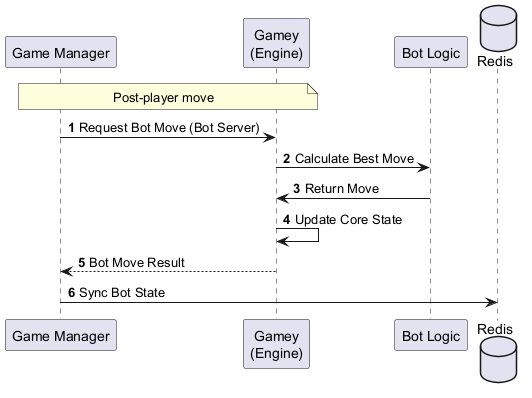
Before: images/runtime_bot_move.png, a diagram exported from PlantUML (Arquisoft/yovi_en2a).
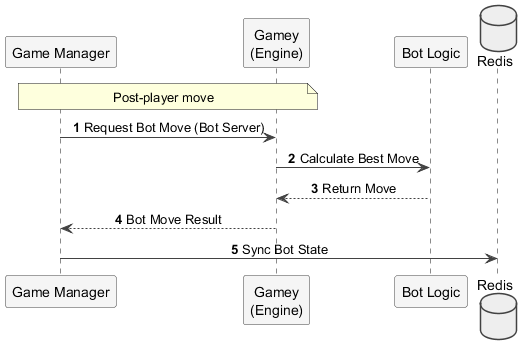
The same file after the commit.

What changed in the source:
```diff
@@ -1,6 +1,13 @@
 @startuml
 autonumber
 skinparam shadowing false
+skinparam sequenceMessageAlign center
+skinparam ParticipantBackgroundColor #F5F5F5
+skinparam ParticipantBorderColor #424242
+skinparam DatabaseBackgroundColor #EEEEEE
+skinparam DatabaseBorderColor #424242
+skinparam SequenceArrowColor #424242
+skinparam ActorBorderColor #424242
 
 participant "Game Manager" as GM
 participant "Gamey\n(Engine)" as Engine
@@ -10,8 +17,7 @@
 note over GM, Engine: Post-player move
 GM -> Engine : Request Bot Move (Bot Server)
 Engine -> Bot : Calculate Best Move
-Bot -> Engine : Return Move
-Engine -> Engine : Update Core State
+Bot --> Engine : Return Move
 Engine --> GM : Bot Move Result
 GM -> Redis : Sync Bot State
 @enduml
```
